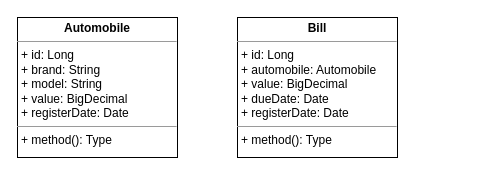
Earlier version of the draw.io diagram AutomobileMarket.drawio (rafaelreistp/automobile-market). Source tidied: cells renumbered, new cells numbered last; positions are measured from the earlier drawing's top-left corner, leaving out a move shared by most shapes. Both pictures are drawn from the tidied source at 100%, with x=0, y=0 at pixel (17, 17).
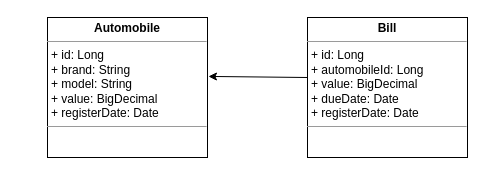
Above is the later version.

Diff of the diagram source:
```diff
@@
 <mxGraphModel>
   <root>
     <mxCell id="0" />
     <mxCell id="1" parent="0" />
-    <mxCell id="2" value="&lt;p style=&quot;margin: 0px ; margin-top: 4px ; text-align: center&quot;&gt;&lt;b&gt;Automobile&lt;/b&gt;&lt;/p&gt;&lt;hr size=&quot;1&quot;&gt;&lt;p style=&quot;margin: 0px ; margin-left: 4px&quot;&gt;+ id: Long&lt;/p&gt;&lt;p style=&quot;margin: 0px ; margin-left: 4px&quot;&gt;+ brand: String&lt;/p&gt;&lt;p style=&quot;margin: 0px ; margin-left: 4px&quot;&gt;+ model: String&lt;/p&gt;&lt;p style=&quot;margin: 0px ; margin-left: 4px&quot;&gt;+ value: BigDecimal&lt;/p&gt;&lt;p style=&quot;margin: 0px ; margin-left: 4px&quot;&gt;+ registerDate: Date&lt;/p&gt;&lt;hr size=&quot;1&quot;&gt;&lt;p style=&quot;margin: 0px ; margin-left: 4px&quot;&gt;+ method(): Type&lt;/p&gt;" style="verticalAlign=top;align=left;overflow=fill;fontSize=12;fontFamily=Helvetica;html=1;" parent="1" vertex="1">
-      <mxGeometry width="160" height="140" as="geometry" />
+    <mxCell id="2" value="&lt;p style=&quot;margin: 0px ; margin-top: 4px ; text-align: center&quot;&gt;&lt;b&gt;Automobile&lt;/b&gt;&lt;/p&gt;&lt;hr size=&quot;1&quot;&gt;&lt;p style=&quot;margin: 0px ; margin-left: 4px&quot;&gt;+ id: Long&lt;/p&gt;&lt;p style=&quot;margin: 0px ; margin-left: 4px&quot;&gt;+ brand: String&lt;/p&gt;&lt;p style=&quot;margin: 0px ; margin-left: 4px&quot;&gt;+ model: String&lt;/p&gt;&lt;p style=&quot;margin: 0px ; margin-left: 4px&quot;&gt;+ value: BigDecimal&lt;/p&gt;&lt;p style=&quot;margin: 0px ; margin-left: 4px&quot;&gt;+ registerDate: Date&lt;/p&gt;&lt;hr size=&quot;1&quot;&gt;&lt;p style=&quot;margin: 0px ; margin-left: 4px&quot;&gt;&lt;br&gt;&lt;/p&gt;" style="verticalAlign=top;align=left;overflow=fill;fontSize=12;fontFamily=Helvetica;html=1;" parent="1" vertex="1">
+      <mxGeometry x="30" width="160" height="140" as="geometry" />
     </mxCell>
-    <mxCell id="3" value="&lt;p style=&quot;margin: 0px ; margin-top: 4px ; text-align: center&quot;&gt;&lt;b&gt;Bill&lt;/b&gt;&lt;/p&gt;&lt;hr size=&quot;1&quot;&gt;&lt;p style=&quot;margin: 0px ; margin-left: 4px&quot;&gt;+ id: Long&lt;/p&gt;&lt;p style=&quot;margin: 0px ; margin-left: 4px&quot;&gt;+ automobile: Automobile&lt;/p&gt;&lt;p style=&quot;margin: 0px ; margin-left: 4px&quot;&gt;+ value: BigDecimal&lt;/p&gt;&lt;p style=&quot;margin: 0px ; margin-left: 4px&quot;&gt;+ dueDate: Date&lt;br&gt;&lt;/p&gt;&lt;p style=&quot;margin: 0px ; margin-left: 4px&quot;&gt;+ registerDate: Date&lt;/p&gt;&lt;hr size=&quot;1&quot;&gt;&lt;p style=&quot;margin: 0px ; margin-left: 4px&quot;&gt;+ method(): Type&lt;/p&gt;" style="verticalAlign=top;align=left;overflow=fill;fontSize=12;fontFamily=Helvetica;html=1;" parent="1" vertex="1">
-      <mxGeometry x="220" width="160" height="140" as="geometry" />
+    <mxCell id="3" value="&lt;p style=&quot;margin: 0px ; margin-top: 4px ; text-align: center&quot;&gt;&lt;b&gt;Bill&lt;/b&gt;&lt;/p&gt;&lt;hr size=&quot;1&quot;&gt;&lt;p style=&quot;margin: 0px ; margin-left: 4px&quot;&gt;+ id: Long&lt;/p&gt;&lt;p style=&quot;margin: 0px ; margin-left: 4px&quot;&gt;+ automobileId: Long&lt;/p&gt;&lt;p style=&quot;margin: 0px ; margin-left: 4px&quot;&gt;+ value: BigDecimal&lt;/p&gt;&lt;p style=&quot;margin: 0px ; margin-left: 4px&quot;&gt;+ dueDate: Date&lt;br&gt;&lt;/p&gt;&lt;p style=&quot;margin: 0px ; margin-left: 4px&quot;&gt;+ registerDate: Date&lt;/p&gt;&lt;hr size=&quot;1&quot;&gt;&lt;p style=&quot;margin: 0px ; margin-left: 4px&quot;&gt;&lt;br&gt;&lt;/p&gt;" style="verticalAlign=top;align=left;overflow=fill;fontSize=12;fontFamily=Helvetica;html=1;" parent="1" vertex="1">
+      <mxGeometry x="290" width="160" height="140" as="geometry" />
     </mxCell>
+    <mxCell id="4" style="endArrow=classic;html=1;entryX=1.006;entryY=0.421;entryDx=0;entryDy=0;entryPerimeter=0;" parent="1" edge="1" target="2">
+      <mxGeometry relative="1" as="geometry">
+        <mxPoint x="290" y="60" as="sourcePoint" />
+      </mxGeometry>
+    </mxCell>
   </root>
 </mxGraphModel>
```
